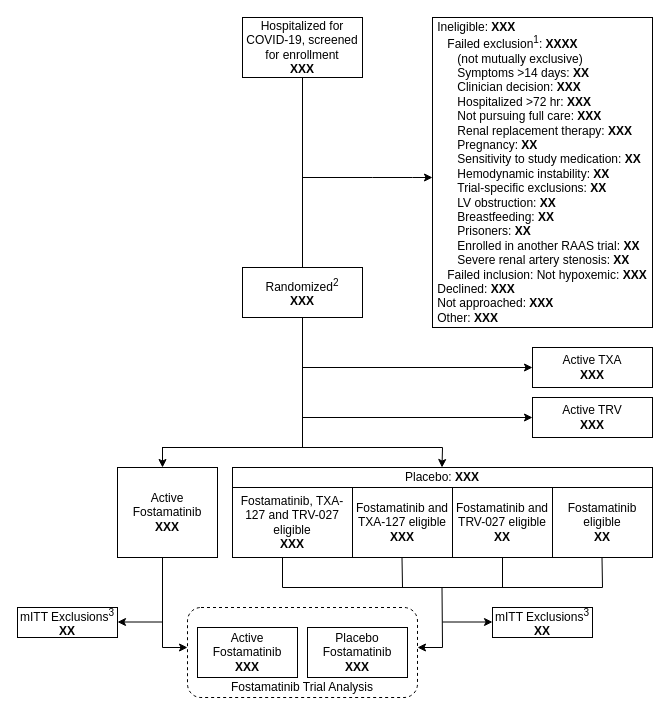
Earlier version of the draw.io diagram A4HT-CONSORT.drawio (jjdeclercq/VUMisC). Source tidied: cells renumbered, new cells numbered last; positions are measured from the earlier drawing's top-left corner, leaving out a move shared by most shapes. Both pictures are drawn from the tidied source at 100%, with x=0, y=0 at pixel (17, 17).
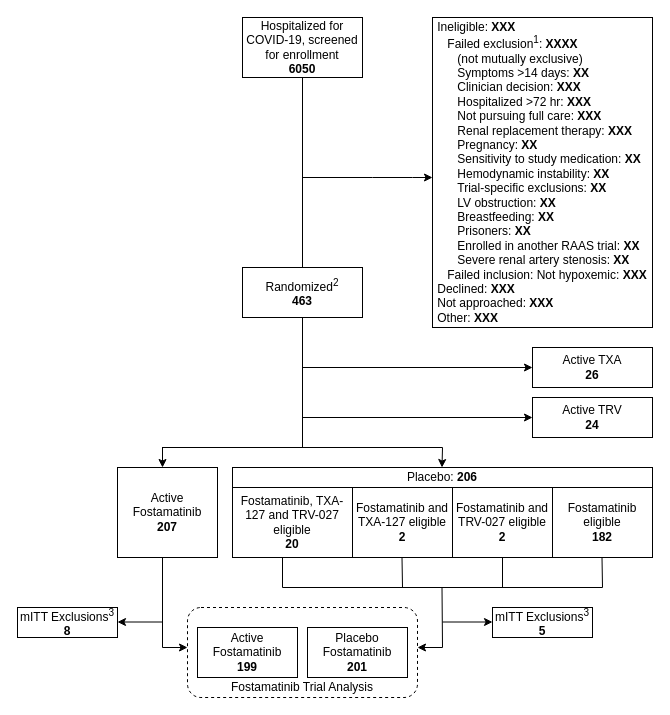
After the change.

What changed in the source:
```diff
@@
-    <mxCell id="3" value="Hospitalized for COVID-19, screened for enrollment&lt;br&gt;&lt;b&gt;XXX&lt;/b&gt;" style="rounded=0;whiteSpace=wrap;html=1;" parent="1" vertex="1">
+    <mxCell id="3" value="Hospitalized for COVID-19, screened for enrollment&lt;br&gt;&lt;b&gt;6050&lt;/b&gt;" style="rounded=0;whiteSpace=wrap;html=1;" parent="1" vertex="1">
       <mxGeometry x="225" width="120" height="60" as="geometry" />
     </mxCell>
@@
-    <mxCell id="6" value="Randomized&lt;sup style=&quot;&quot;&gt;&lt;font style=&quot;font-size: 10px;&quot;&gt;2&lt;/font&gt;&lt;/sup&gt;&lt;br&gt;&lt;b&gt;XXX&lt;/b&gt;" style="rounded=0;whiteSpace=wrap;html=1;" parent="1" vertex="1">
+    <mxCell id="6" value="Randomized&lt;sup style=&quot;&quot;&gt;&lt;font style=&quot;font-size: 10px;&quot;&gt;2&lt;/font&gt;&lt;/sup&gt;&lt;br&gt;&lt;b&gt;463&lt;/b&gt;" style="rounded=0;whiteSpace=wrap;html=1;" parent="1" vertex="1">
       <mxGeometry x="225" y="250" width="120" height="50" as="geometry" />
     </mxCell>
@@
-    <mxCell id="8" value="&lt;div style=&quot;&quot;&gt;&lt;span style=&quot;background-color: initial;&quot;&gt;Active Fostamatinib&lt;/span&gt;&lt;/div&gt;&lt;div style=&quot;&quot;&gt;&lt;b&gt;XXX&lt;/b&gt;&lt;/div&gt;" style="rounded=0;whiteSpace=wrap;html=1;align=center;" parent="1" vertex="1">
+    <mxCell id="8" value="&lt;div style=&quot;&quot;&gt;&lt;span style=&quot;background-color: initial;&quot;&gt;Active Fostamatinib&lt;/span&gt;&lt;/div&gt;&lt;div style=&quot;&quot;&gt;&lt;b&gt;207&lt;/b&gt;&lt;/div&gt;" style="rounded=0;whiteSpace=wrap;html=1;align=center;" parent="1" vertex="1">
       <mxGeometry x="100" y="450" width="100" height="90" as="geometry" />
     </mxCell>
@@
-    <mxCell id="10" value="Active TXA&lt;br&gt;&lt;b&gt;XXX&lt;/b&gt;" style="rounded=0;whiteSpace=wrap;html=1;" parent="1" vertex="1">
+    <mxCell id="10" value="Active TXA&lt;br&gt;&lt;b&gt;26&lt;/b&gt;" style="rounded=0;whiteSpace=wrap;html=1;" parent="1" vertex="1">
       <mxGeometry x="515" y="330" width="120" height="40" as="geometry" />
     </mxCell>
@@
-    <mxCell id="12" value="&lt;font style=&quot;font-size: 12px;&quot;&gt;Placebo Fostamatinib&lt;br&gt;&lt;b&gt;XXX&lt;/b&gt;&lt;br&gt;&lt;/font&gt;" style="rounded=0;whiteSpace=wrap;html=1;" parent="1" vertex="1">
+    <mxCell id="12" value="&lt;font style=&quot;font-size: 12px;&quot;&gt;Placebo Fostamatinib&lt;br&gt;&lt;b&gt;201&lt;/b&gt;&lt;br&gt;&lt;/font&gt;" style="rounded=0;whiteSpace=wrap;html=1;" parent="1" vertex="1">
       <mxGeometry x="290" y="610" width="100" height="50" as="geometry" />
     </mxCell>
@@
-    <mxCell id="16" value="&lt;div style=&quot;&quot;&gt;&lt;span style=&quot;background-color: initial;&quot;&gt;Active Fostamatinib&lt;/span&gt;&lt;/div&gt;&lt;div style=&quot;&quot;&gt;&lt;b&gt;XXX&lt;/b&gt;&lt;/div&gt;" style="rounded=0;whiteSpace=wrap;html=1;align=center;" parent="1" vertex="1">
+    <mxCell id="16" value="&lt;div style=&quot;&quot;&gt;&lt;span style=&quot;background-color: initial;&quot;&gt;Active Fostamatinib&lt;/span&gt;&lt;/div&gt;&lt;div style=&quot;&quot;&gt;&lt;b&gt;199&lt;/b&gt;&lt;/div&gt;" style="rounded=0;whiteSpace=wrap;html=1;align=center;" parent="1" vertex="1">
       <mxGeometry x="180" y="610" width="100" height="50" as="geometry" />
     </mxCell>
-    <mxCell id="17" value="Fostamatinib, TXA-127 and TRV-027 eligible&lt;br style=&quot;border-color: var(--border-color);&quot;&gt;&lt;b style=&quot;border-color: var(--border-color);&quot;&gt;XXX&lt;/b&gt;" style="rounded=0;whiteSpace=wrap;html=1;" parent="1" vertex="1">
+    <mxCell id="17" value="Fostamatinib, TXA-127 and TRV-027 eligible&lt;br style=&quot;border-color: var(--border-color);&quot;&gt;&lt;b&gt;20&lt;/b&gt;" style="rounded=0;whiteSpace=wrap;html=1;" parent="1" vertex="1">
       <mxGeometry x="215" y="470" width="120" height="70" as="geometry" />
     </mxCell>
-    <mxCell id="18" value="Fostamatinib and TRV-027 eligible&lt;br&gt;&lt;b&gt;XX&lt;/b&gt;" style="rounded=0;whiteSpace=wrap;html=1;" parent="1" vertex="1">
+    <mxCell id="18" value="Fostamatinib and TRV-027 eligible&lt;br&gt;&lt;b&gt;2&lt;/b&gt;" style="rounded=0;whiteSpace=wrap;html=1;" parent="1" vertex="1">
       <mxGeometry x="435" y="470" width="100" height="70" as="geometry" />
     </mxCell>
-    <mxCell id="19" value="Fostamatinib and TXA-127 eligible&lt;br&gt;&lt;b&gt;XXX&lt;/b&gt;" style="rounded=0;whiteSpace=wrap;html=1;" parent="1" vertex="1">
+    <mxCell id="19" value="Fostamatinib and TXA-127 eligible&lt;br&gt;&lt;b&gt;2&lt;/b&gt;" style="rounded=0;whiteSpace=wrap;html=1;" parent="1" vertex="1">
       <mxGeometry x="335" y="470" width="100" height="70" as="geometry" />
     </mxCell>
@@
-    <mxCell id="21" value="Placebo: &lt;b&gt;XXX&lt;/b&gt;" style="rounded=0;whiteSpace=wrap;html=1;" parent="1" vertex="1">
+    <mxCell id="21" value="Placebo: &lt;b&gt;206&lt;/b&gt;" style="rounded=0;whiteSpace=wrap;html=1;" parent="1" vertex="1">
       <mxGeometry x="215" y="450" width="420" height="20" as="geometry" />
     </mxCell>
-    <mxCell id="22" value="&lt;font style=&quot;font-size: 12px;&quot;&gt;mITT Exclusions&lt;sup&gt;3&lt;/sup&gt;&lt;br&gt;&lt;b&gt;XX&lt;/b&gt;&lt;br&gt;&lt;/font&gt;" style="rounded=0;whiteSpace=wrap;html=1;fontSize=10;" parent="1" vertex="1">
+    <mxCell id="22" value="&lt;font style=&quot;font-size: 12px;&quot;&gt;mITT Exclusions&lt;sup&gt;3&lt;/sup&gt;&lt;br&gt;&lt;b&gt;8&lt;/b&gt;&lt;br&gt;&lt;/font&gt;" style="rounded=0;whiteSpace=wrap;html=1;fontSize=10;" parent="1" vertex="1">
       <mxGeometry y="590" width="100" height="30" as="geometry" />
     </mxCell>
-    <mxCell id="23" value="&lt;font style=&quot;font-size: 12px;&quot;&gt;mITT Exclusions&lt;sup style=&quot;border-color: var(--border-color);&quot;&gt;3&lt;/sup&gt;&lt;br&gt;&lt;b&gt;XX&lt;/b&gt;&lt;br&gt;&lt;/font&gt;" style="rounded=0;whiteSpace=wrap;html=1;fontSize=10;" parent="1" vertex="1">
+    <mxCell id="23" value="&lt;font style=&quot;font-size: 12px;&quot;&gt;mITT Exclusions&lt;sup style=&quot;border-color: var(--border-color);&quot;&gt;3&lt;/sup&gt;&lt;br&gt;&lt;b&gt;5&lt;/b&gt;&lt;br&gt;&lt;/font&gt;" style="rounded=0;whiteSpace=wrap;html=1;fontSize=10;" parent="1" vertex="1">
       <mxGeometry x="475" y="590" width="100" height="30" as="geometry" />
     </mxCell>
-    <mxCell id="24" value="Active TRV&lt;br&gt;&lt;b&gt;XXX&lt;/b&gt;" style="rounded=0;whiteSpace=wrap;html=1;" parent="1" vertex="1">
+    <mxCell id="24" value="Active TRV&lt;br&gt;&lt;b&gt;24&lt;/b&gt;" style="rounded=0;whiteSpace=wrap;html=1;" parent="1" vertex="1">
       <mxGeometry x="515" y="380" width="120" height="40" as="geometry" />
     </mxCell>
@@
-    <mxCell id="26" value="Fostamatinib eligible&lt;br&gt;&lt;b&gt;XX&lt;/b&gt;" style="rounded=0;whiteSpace=wrap;html=1;" parent="1" vertex="1">
+    <mxCell id="26" value="Fostamatinib eligible&lt;br&gt;&lt;b&gt;182&lt;/b&gt;" style="rounded=0;whiteSpace=wrap;html=1;" parent="1" vertex="1">
       <mxGeometry x="535" y="470" width="100" height="70" as="geometry" />
     </mxCell>
```
